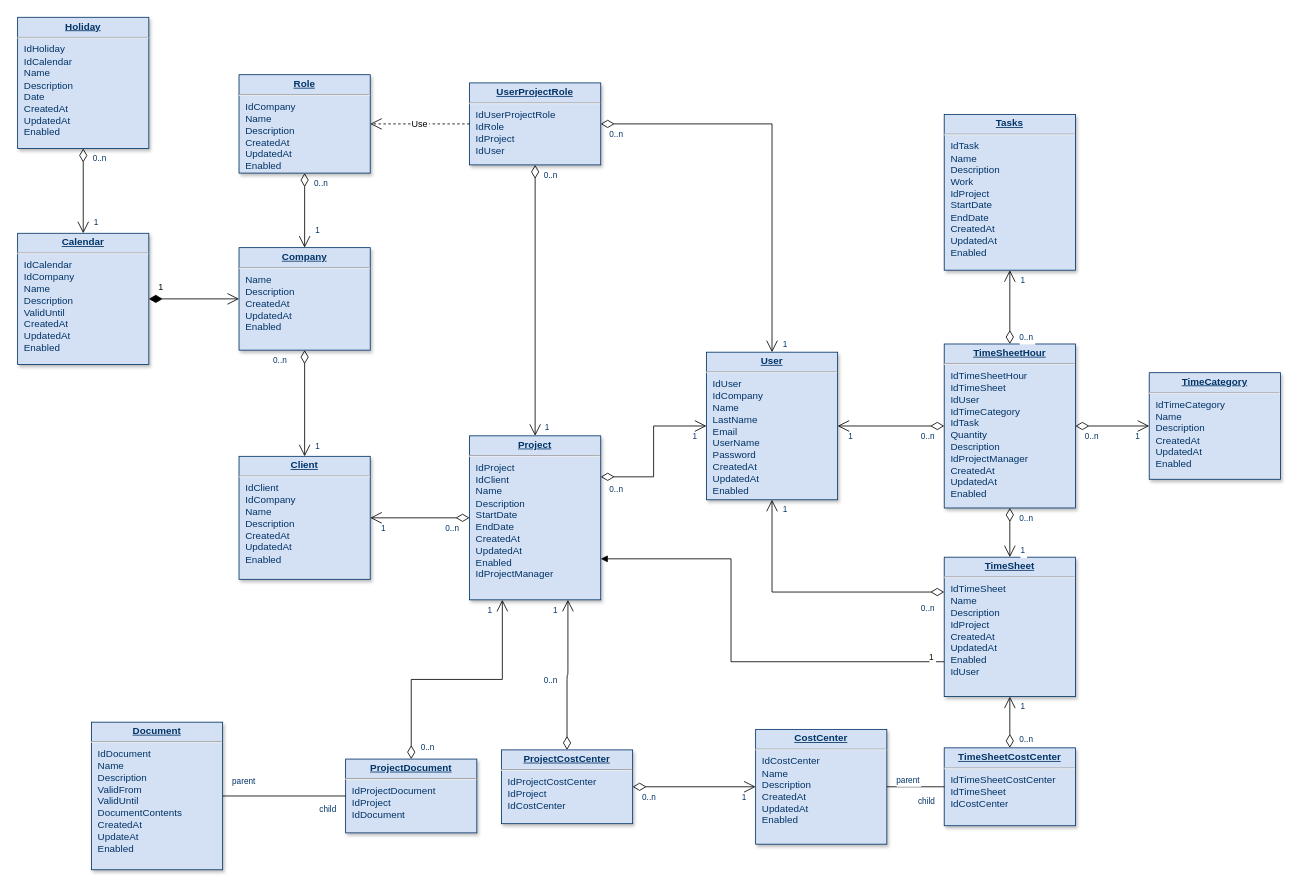
ferigalung/be-knowledge keeps this draw.io diagram as db-reservation-service.drawio. Above is the earlier version. Source tidied: cells renumbered, new cells numbered last; positions are measured from the earlier drawing's top-left corner, leaving out a move shared by most shapes. Both pictures are drawn from the tidied source at 82%, with x=0, y=0 at pixel (17, 17).
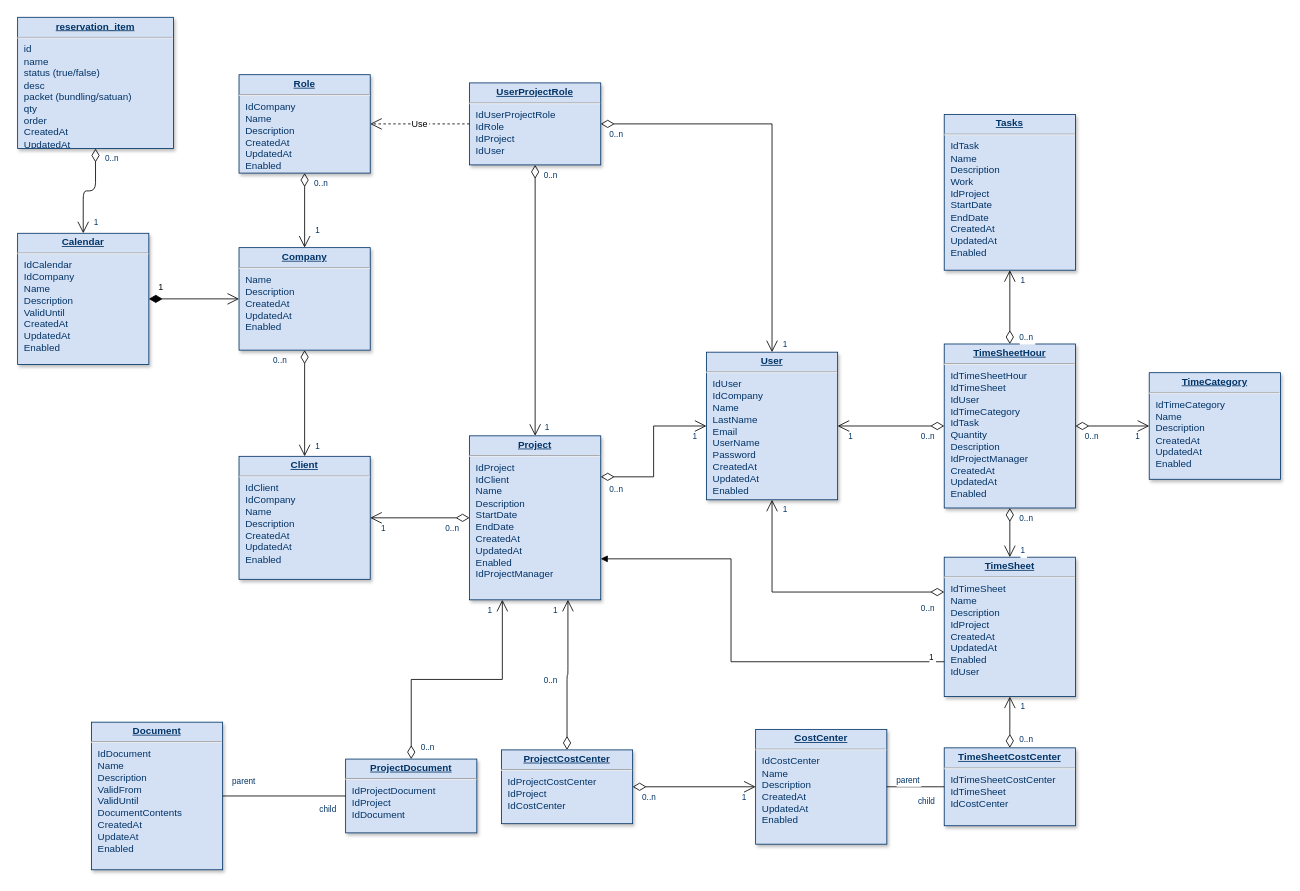
Above is the later version.

Change to the diagram source:
```diff
@@
-    <mxCell id="8" value="&lt;p style=&quot;margin: 0px; margin-top: 4px; text-align: center; text-decoration: underline;&quot;&gt;&lt;strong&gt;Holiday&lt;/strong&gt;&lt;/p&gt;&lt;hr /&gt;&lt;p style=&quot;margin: 0px; margin-left: 8px;&quot;&gt;IdHoliday&lt;/p&gt;&lt;p style=&quot;margin: 0px; margin-left: 8px;&quot;&gt;IdCalendar&lt;/p&gt;&lt;p style=&quot;margin: 0px; margin-left: 8px;&quot;&gt;Name&lt;/p&gt;&lt;p style=&quot;margin: 0px; margin-left: 8px;&quot;&gt;Description&lt;/p&gt;&lt;p style=&quot;margin: 0px; margin-left: 8px;&quot;&gt;Date&lt;/p&gt;&lt;p style=&quot;margin: 0px; margin-left: 8px;&quot;&gt;CreatedAt&lt;/p&gt;&lt;p style=&quot;margin: 0px; margin-left: 8px;&quot;&gt;UpdatedAt&lt;/p&gt;&lt;p style=&quot;margin: 0px; margin-left: 8px;&quot;&gt;Enabled&lt;/p&gt;" style="verticalAlign=top;align=left;overflow=fill;fontSize=12;fontFamily=Helvetica;html=1;strokeColor=#003366;shadow=1;fillColor=#D4E1F5;fontColor=#003366;" parent="1" vertex="1">
-      <mxGeometry y="-0.4" width="160" height="160" as="geometry" />
+    <mxCell id="8" value="&lt;p style=&quot;margin: 0px; margin-top: 4px; text-align: center; text-decoration: underline;&quot;&gt;&lt;strong&gt;reservation_item&lt;/strong&gt;&lt;/p&gt;&lt;hr&gt;&lt;p style=&quot;margin: 0px; margin-left: 8px;&quot;&gt;id&lt;/p&gt;&lt;p style=&quot;margin: 0px; margin-left: 8px;&quot;&gt;name&lt;/p&gt;&lt;p style=&quot;margin: 0px; margin-left: 8px;&quot;&gt;status (true/false)&lt;br&gt;&lt;/p&gt;&lt;p style=&quot;margin: 0px; margin-left: 8px;&quot;&gt;desc&lt;/p&gt;&lt;p style=&quot;margin: 0px; margin-left: 8px;&quot;&gt;packet (bundling/satuan)&lt;/p&gt;&lt;p style=&quot;margin: 0px; margin-left: 8px;&quot;&gt;qty&lt;/p&gt;&lt;p style=&quot;margin: 0px; margin-left: 8px;&quot;&gt;order&lt;br&gt;&lt;/p&gt;&lt;p style=&quot;margin: 0px; margin-left: 8px;&quot;&gt;CreatedAt&lt;/p&gt;&lt;p style=&quot;margin: 0px; margin-left: 8px;&quot;&gt;UpdatedAt&lt;/p&gt;" style="verticalAlign=top;align=left;overflow=fill;fontSize=12;fontFamily=Helvetica;html=1;strokeColor=#003366;shadow=1;fillColor=#D4E1F5;fontColor=#003366;" parent="1" vertex="1">
+      <mxGeometry y="-0.4" width="190" height="160" as="geometry" />
     </mxCell>
```
